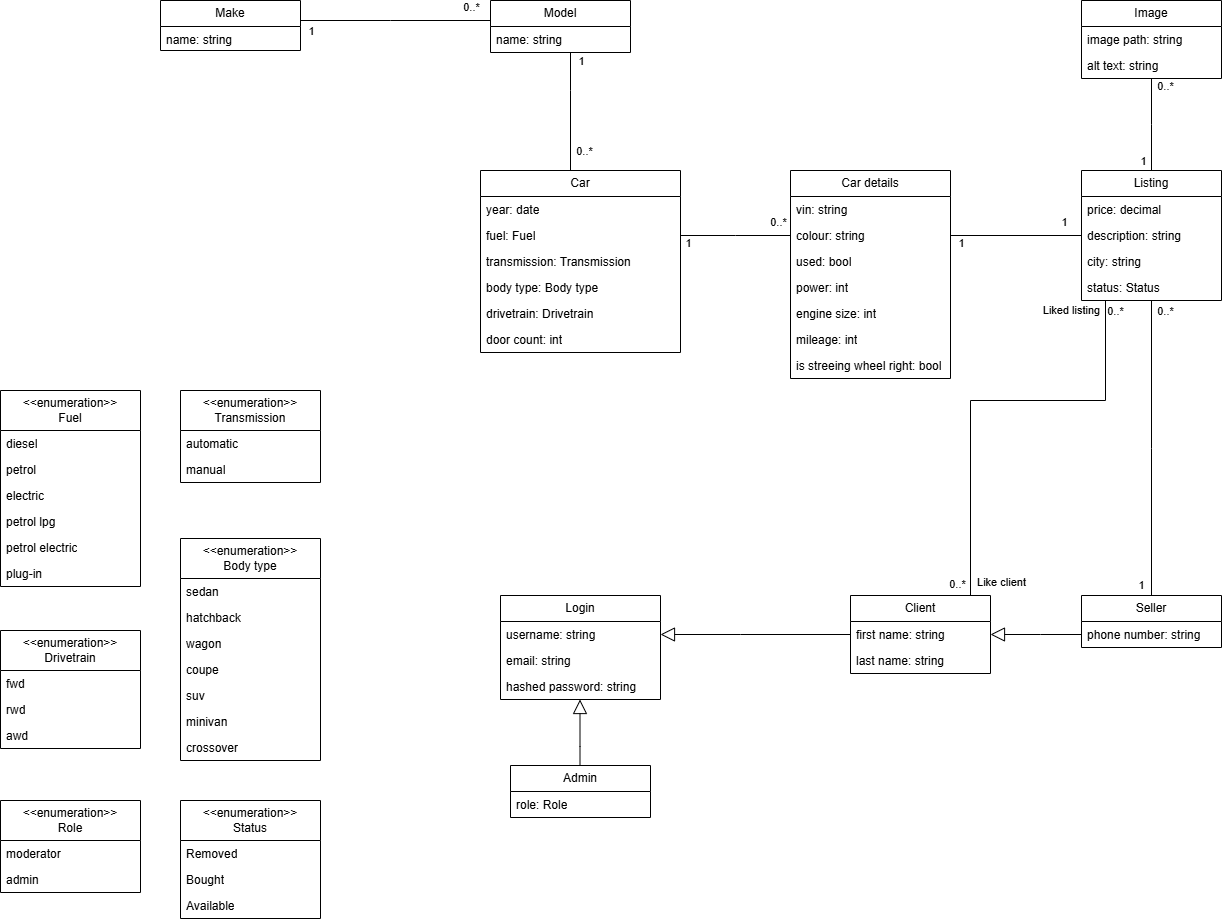
Before: docs/diagrams/entity-relationship-diagram.drawio.png, a diagram exported from draw.io (taurasbear/automotive-marketplace). Source tidied: cells renumbered, new cells last; positions are measured from the earlier drawing's top-left corner, leaving out a move shared by most shapes.
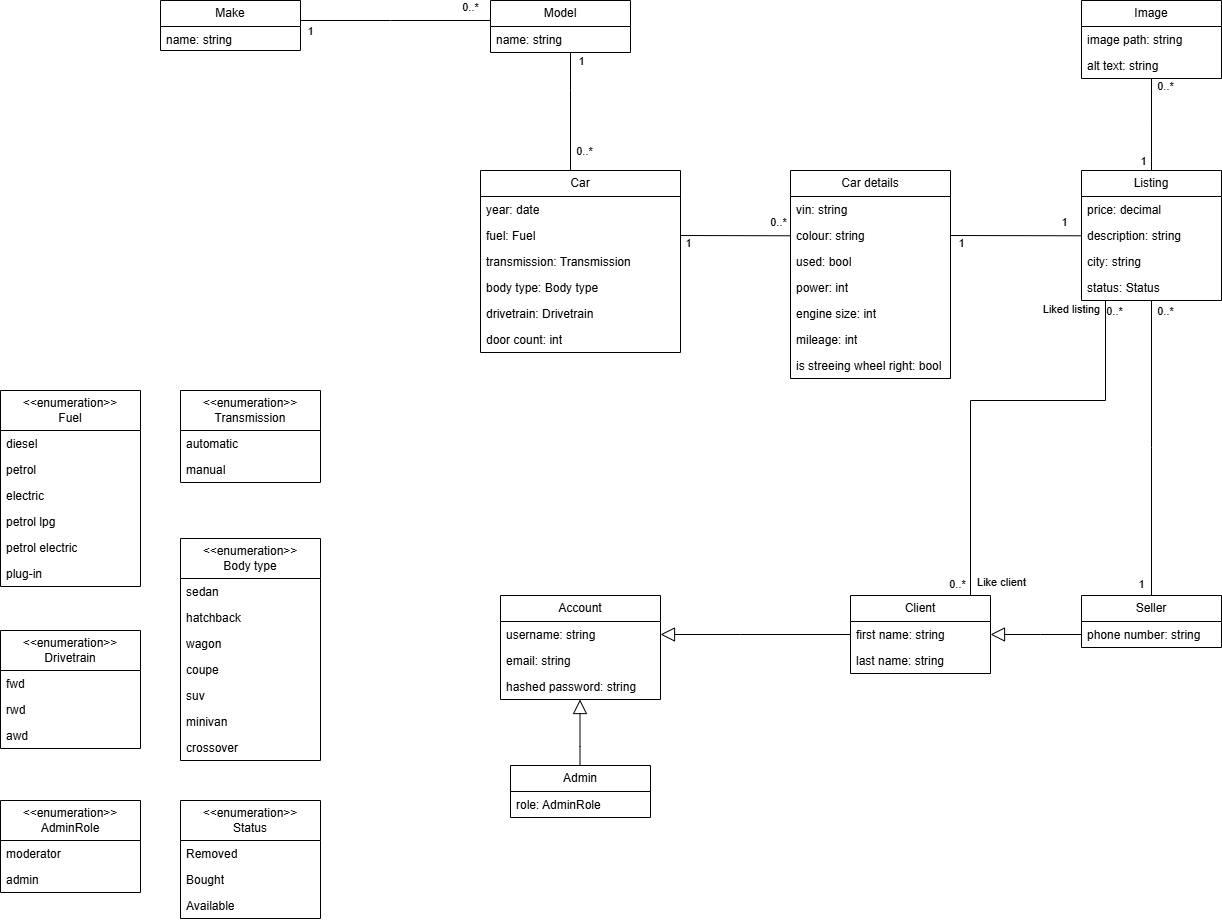
After the change.

Commit message:
Updated ER diagram to reflect correct naming

Diff of the diagram source:
```diff
@@ -163,7 +163,7 @@
     <mxCell id="46" value="phone number: string" style="text;strokeColor=none;fillColor=none;align=left;verticalAlign=top;spacingLeft=4;spacingRight=4;overflow=hidden;whiteSpace=wrap;html=1;" parent="45" vertex="1">
       <mxGeometry y="26" width="140" height="26" as="geometry" />
     </mxCell>
-    <mxCell id="47" value="Login" style="swimlane;fontStyle=0;horizontal=1;startSize=26;fillColor=none;whiteSpace=wrap;html=1;" parent="1" vertex="1">
+    <mxCell id="47" value="Account" style="swimlane;fontStyle=0;horizontal=1;startSize=26;fillColor=none;whiteSpace=wrap;html=1;" parent="1" vertex="1">
       <mxGeometry x="500" y="595" width="160" height="104" as="geometry" />
     </mxCell>
     <mxCell id="48" value="username: string" style="text;strokeColor=none;fillColor=none;align=left;verticalAlign=top;spacingLeft=4;spacingRight=4;overflow=hidden;points=[[0,0.5],[1,0.5]];portConstraint=eastwest;whiteSpace=wrap;html=1;" parent="47" vertex="1">
@@ -215,7 +215,7 @@
     <mxCell id="59" value="Admin" style="swimlane;fontStyle=0;horizontal=1;startSize=26;fillColor=none;whiteSpace=wrap;html=1;" parent="1" vertex="1">
       <mxGeometry x="510" y="765" width="140" height="52" as="geometry" />
     </mxCell>
-    <mxCell id="60" value="role: Role" style="text;strokeColor=none;fillColor=none;align=left;verticalAlign=top;spacingLeft=4;spacingRight=4;overflow=hidden;whiteSpace=wrap;html=1;" parent="59" vertex="1">
+    <mxCell id="60" value="role: AdminRole" style="text;strokeColor=none;fillColor=none;align=left;verticalAlign=top;spacingLeft=4;spacingRight=4;overflow=hidden;whiteSpace=wrap;html=1;" parent="59" vertex="1">
       <mxGeometry y="26" width="140" height="26" as="geometry" />
     </mxCell>
     <mxCell id="61" style="edgeStyle=elbowEdgeStyle;html=1;endSize=12;endArrow=block;endFill=0;rounded=0;" parent="1" edge="1" source="59">
@@ -323,7 +323,7 @@
     <mxCell id="87" value="crossover" style="text;strokeColor=none;fillColor=none;align=left;verticalAlign=top;spacingLeft=4;spacingRight=4;overflow=hidden;whiteSpace=wrap;html=1;" parent="80" vertex="1">
       <mxGeometry y="196" width="140" height="26" as="geometry" />
     </mxCell>
-    <mxCell id="88" value="&lt;div&gt;&amp;lt;&amp;lt;enumeration&amp;gt;&amp;gt;&lt;/div&gt;Role" style="swimlane;fontStyle=0;horizontal=1;startSize=40;fillColor=none;whiteSpace=wrap;html=1;" parent="1" vertex="1">
+    <mxCell id="88" value="&lt;div&gt;&amp;lt;&amp;lt;enumeration&amp;gt;&amp;gt;&lt;/div&gt;AdminRole" style="swimlane;fontStyle=0;horizontal=1;startSize=40;fillColor=none;whiteSpace=wrap;html=1;" parent="1" vertex="1">
       <mxGeometry y="800" width="140" height="92" as="geometry" />
     </mxCell>
     <mxCell id="89" value="moderator" style="text;strokeColor=none;fillColor=none;align=left;verticalAlign=top;spacingLeft=4;spacingRight=4;overflow=hidden;whiteSpace=wrap;html=1;" parent="88" vertex="1">
```
